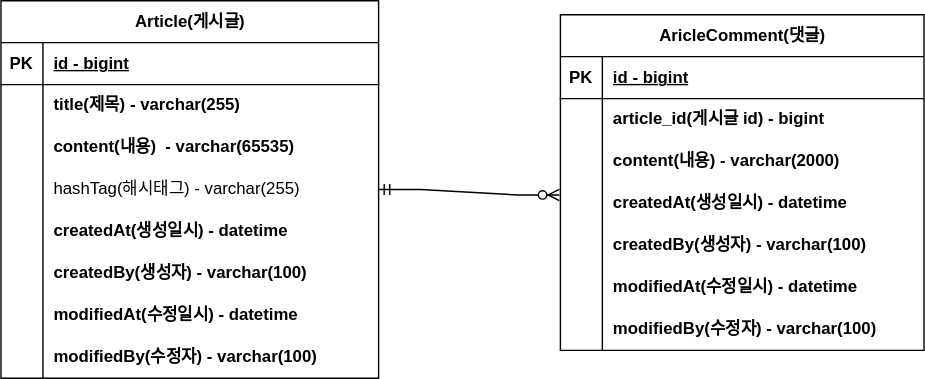
The draw.io diagram document/project-board-erd.svg in imsadboy2/fastcampus-project-board, before a commit. Source tidied: cells renumbered, new cells last; positions are measured from the earlier drawing's top-left corner, leaving out a move shared by most shapes.
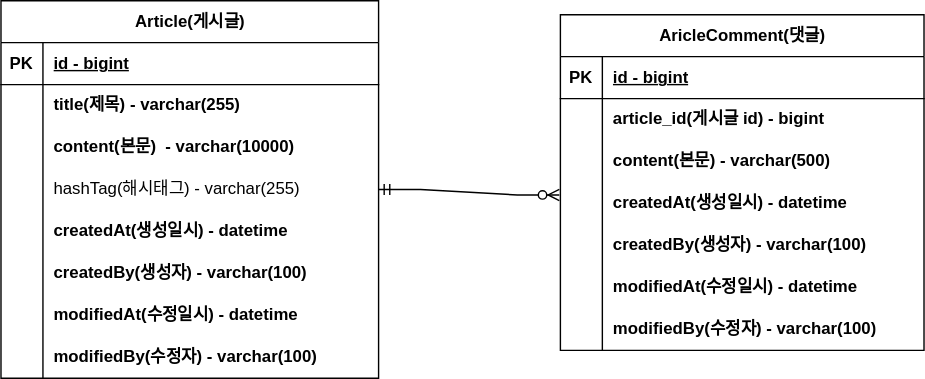
Above is the later version.

Commit message:
#10 - erd 업테이트: content 사이즈변경

Change to the diagram source:
```diff
@@ -29,7 +29,7 @@
     <mxCell id="10" style="shape=partialRectangle;fillColor=none;top=0;left=0;bottom=0;right=0;overflow=hidden;whiteSpace=wrap;html=1;" parent="9" vertex="1">
       <mxGeometry width="30" height="30" as="geometry" />
     </mxCell>
-    <mxCell id="11" value="content(내용) - varchar(2000)" style="shape=partialRectangle;fillColor=none;top=0;left=0;bottom=0;right=0;align=left;spacingLeft=6;overflow=hidden;whiteSpace=wrap;html=1;fontStyle=1;" parent="9" vertex="1">
+    <mxCell id="11" value="content(본문) - varchar(500)" style="shape=partialRectangle;fillColor=none;top=0;left=0;bottom=0;right=0;align=left;spacingLeft=6;overflow=hidden;whiteSpace=wrap;html=1;fontStyle=1;" parent="9" vertex="1">
       <mxGeometry x="30" width="230" height="30" as="geometry" />
     </mxCell>
     <mxCell id="12" style="shape=tableRow;horizontal=0;startSize=0;swimlaneHead=0;swimlaneBody=0;fillColor=none;points=[[0,0.5],[1,0.5]];portConstraint=eastwest;top=0;left=0;right=0;bottom=0;" parent="2" vertex="1">
@@ -95,7 +95,7 @@
     <mxCell id="32" style="shape=partialRectangle;fillColor=none;top=0;left=0;bottom=0;right=0;overflow=hidden;whiteSpace=wrap;html=1;" parent="31" vertex="1">
       <mxGeometry width="30" height="30" as="geometry" />
     </mxCell>
-    <mxCell id="33" value="content(내용)&lt;span style=&quot;white-space: pre;&quot;&gt;&#9;&lt;/span&gt;- varchar(65535)" style="shape=partialRectangle;fillColor=none;top=0;left=0;bottom=0;right=0;align=left;spacingLeft=6;overflow=hidden;whiteSpace=wrap;html=1;fontStyle=1;" parent="31" vertex="1">
+    <mxCell id="33" value="content(본문)&lt;span style=&quot;white-space: pre;&quot;&gt;&#9;&lt;/span&gt;- varchar(10000)" style="shape=partialRectangle;fillColor=none;top=0;left=0;bottom=0;right=0;align=left;spacingLeft=6;overflow=hidden;whiteSpace=wrap;html=1;fontStyle=1;" parent="31" vertex="1">
       <mxGeometry x="30" width="240" height="30" as="geometry" />
     </mxCell>
     <mxCell id="34" style="shape=tableRow;horizontal=0;startSize=0;swimlaneHead=0;swimlaneBody=0;fillColor=none;points=[[0,0.5],[1,0.5]];portConstraint=eastwest;top=0;left=0;right=0;bottom=0;" parent="24" vertex="1">
```
